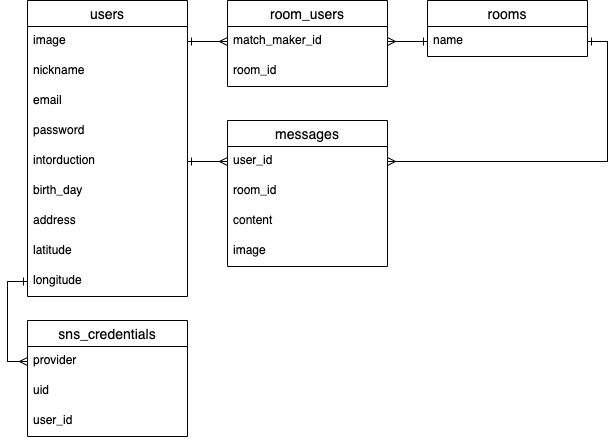
This is .drawio.png from nastyxxx/match_app, a draw.io export, as it was before one commit. Source tidied: cells renumbered, new cells last; positions are measured from the earlier drawing's top-left corner, leaving out a move shared by most shapes.
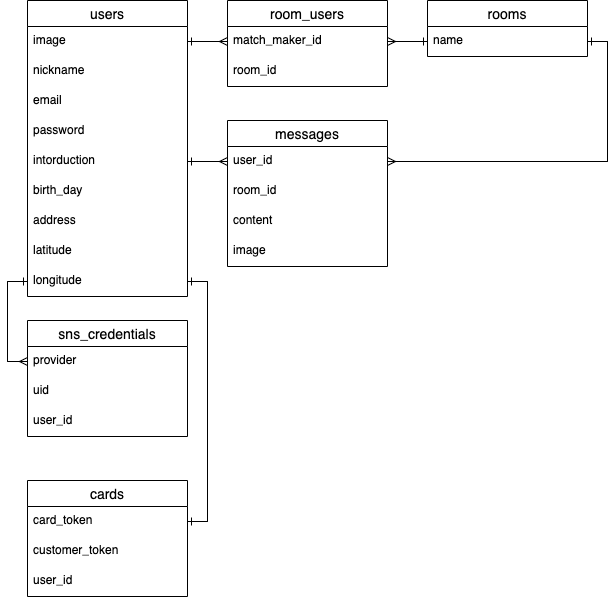
After the change.

Change to the diagram source:
```diff
@@ -104,5 +104,23 @@
     <mxCell id="35" style="edgeStyle=orthogonalEdgeStyle;rounded=0;jettySize=auto;html=1;exitX=0;exitY=0.5;exitDx=0;exitDy=0;entryX=1;entryY=0.5;entryDx=0;entryDy=0;endArrow=ERone;endFill=0;" parent="1" edge="1" source="5" target="8">
       <mxGeometry relative="1" as="geometry" />
     </mxCell>
+    <mxCell id="36" value="cards" style="swimlane;fontStyle=0;horizontal=1;startSize=26;align=center;fontSize=14;" parent="1" vertex="1">
+      <mxGeometry y="480" width="160" height="116" as="geometry" />
+    </mxCell>
+    <mxCell id="37" value="card_token" style="text;strokeColor=none;fillColor=none;spacingLeft=4;spacingRight=4;overflow=hidden;points=[[0,0.5],[1,0.5]];portConstraint=eastwest;fontSize=12;" parent="36" vertex="1">
+      <mxGeometry y="26" width="160" height="30" as="geometry" />
+    </mxCell>
+    <mxCell id="38" value="customer_token" style="text;strokeColor=none;fillColor=none;spacingLeft=4;spacingRight=4;overflow=hidden;fontSize=12;" parent="36" vertex="1">
+      <mxGeometry y="56" width="160" height="30" as="geometry" />
+    </mxCell>
+    <mxCell id="39" value="user_id" style="text;strokeColor=none;fillColor=none;spacingLeft=4;spacingRight=4;overflow=hidden;fontSize=12;" parent="36" vertex="1">
+      <mxGeometry y="86" width="160" height="30" as="geometry" />
+    </mxCell>
+    <mxCell id="40" style="edgeStyle=orthogonalEdgeStyle;rounded=0;jettySize=auto;html=1;exitX=1;exitY=0.5;exitDx=0;exitDy=0;endArrow=ERone;endFill=0;" parent="1" edge="1" source="16" target="37">
+      <mxGeometry relative="1" as="geometry" />
+    </mxCell>
+    <mxCell id="41" style="edgeStyle=orthogonalEdgeStyle;rounded=0;jettySize=auto;html=1;exitX=1;exitY=0.5;exitDx=0;exitDy=0;endArrow=ERone;endFill=0;entryX=1;entryY=0.5;entryDx=0;entryDy=0;" parent="1" edge="1" source="37" target="16">
+      <mxGeometry relative="1" as="geometry" />
+    </mxCell>
   </root>
 </mxGraphModel>
```
